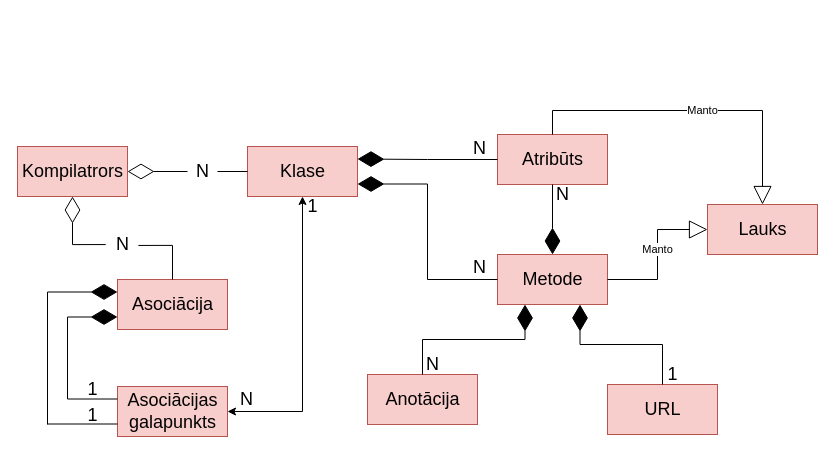
The draw.io diagram page "Datu struktūras konceptuālais" (1 of 5) of src/Qualification project/Documentation/Diagrammas/Kompilators/Kompilators.drawio in artiks12/webAppOS, before the edit. Source tidied: cells renumbered, new cells numbered last; positions are measured from the earlier drawing's top-left corner, leaving out a move shared by most shapes. Both pictures are drawn from the tidied source at 100%, with x=0, y=0 at pixel (-3, 110).
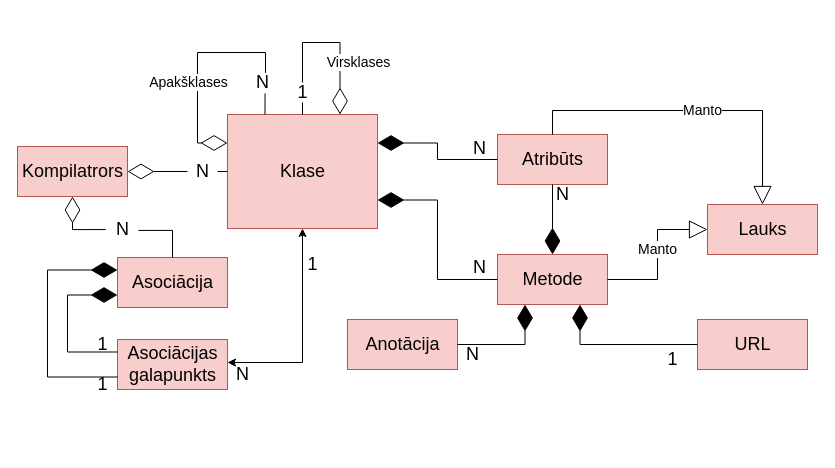
Above is the later version.

The change refers to these unchanged cells:
```xml
<mxCell id="2" value="&lt;font style=&quot;font-size: 18px&quot;&gt;Kompilatrors&lt;/font&gt;" style="html=1;fillColor=#f8cecc;strokeColor=#b85450;" parent="1" vertex="1">
  <mxGeometry x="20" y="36" width="110" height="50" as="geometry" />
</mxCell>
<mxCell id="9" value="&lt;font style=&quot;font-size: 18px&quot;&gt;Metode&lt;br&gt;&lt;/font&gt;" style="html=1;fillColor=#f8cecc;strokeColor=#b85450;" parent="1" vertex="1">
  <mxGeometry x="500" y="144" width="110" height="50" as="geometry" />
</mxCell>
<mxCell id="10" value="&lt;font style=&quot;font-size: 18px&quot;&gt;Atribūts&lt;/font&gt;" style="html=1;fillColor=#f8cecc;strokeColor=#b85450;" parent="1" vertex="1">
  <mxGeometry x="500" y="24" width="110" height="50" as="geometry" />
</mxCell>
<mxCell id="11" value="&lt;font style=&quot;font-size: 18px&quot;&gt;Lauks&lt;/font&gt;" style="html=1;fillColor=#f8cecc;strokeColor=#b85450;" parent="1" vertex="1">
  <mxGeometry x="710" y="94" width="110" height="50" as="geometry" />
</mxCell>
```

What changed in the source:
```diff
@@
     <mxCell id="3" value="&lt;font style=&quot;font-size: 18px&quot;&gt;Asociācija&lt;/font&gt;" style="html=1;fillColor=#f8cecc;strokeColor=#b85450;" parent="1" vertex="1">
-      <mxGeometry x="120" y="169" width="110" height="50" as="geometry" />
+      <mxGeometry x="120" y="147" width="110" height="50" as="geometry" />
     </mxCell>
     <mxCell id="4" style="edgeStyle=orthogonalEdgeStyle;rounded=0;jettySize=auto;html=1;entryX=0.5;entryY=1;entryDx=0;entryDy=0;startArrow=classic;startFill=1;endArrow=classic;endFill=1;" parent="1" edge="1" source="5" target="6">
-      <mxGeometry relative="1" as="geometry" />
+      <mxGeometry relative="1" as="geometry">
+        <Array as="points">
+          <mxPoint x="175" y="252" />
+          <mxPoint x="305" y="252" />
+        </Array>
+      </mxGeometry>
     </mxCell>
     <mxCell id="5" value="&lt;font style=&quot;font-size: 18px&quot;&gt;Asociācijas &lt;br&gt;galapunkts&lt;/font&gt;" style="html=1;fillColor=#f8cecc;strokeColor=#b85450;" parent="1" vertex="1">
-      <mxGeometry x="120" y="276" width="110" height="50" as="geometry" />
+      <mxGeometry x="120" y="229" width="110" height="50" as="geometry" />
     </mxCell>
     <mxCell id="6" value="&lt;font style=&quot;font-size: 18px&quot;&gt;Klase&lt;/font&gt;" style="html=1;fillColor=#f8cecc;strokeColor=#b85450;" parent="1" vertex="1">
-      <mxGeometry x="250" y="36" width="110" height="50" as="geometry" />
+      <mxGeometry x="230" y="4" width="150" height="114" as="geometry" />
     </mxCell>
     <mxCell id="7" value="&lt;font style=&quot;font-size: 18px&quot;&gt;Anotācija&lt;/font&gt;" style="html=1;fillColor=#f8cecc;strokeColor=#b85450;" parent="1" vertex="1">
-      <mxGeometry x="370" y="264" width="110" height="50" as="geometry" />
+      <mxGeometry x="350" y="209" width="110" height="50" as="geometry" />
     </mxCell>
     <mxCell id="8" value="&lt;font style=&quot;font-size: 18px&quot;&gt;URL&lt;/font&gt;" style="html=1;fillColor=#f8cecc;strokeColor=#b85450;" parent="1" vertex="1">
-      <mxGeometry x="610" y="274" width="110" height="50" as="geometry" />
+      <mxGeometry x="700" y="209" width="110" height="50" as="geometry" />
     </mxCell>
@@
     <mxCell id="13" style="endArrow=diamondThin;endFill=0;endSize=24;html=1;rounded=0;edgeStyle=orthogonalEdgeStyle;entryX=0.5;entryY=1;entryDx=0;entryDy=0;exitX=-0.059;exitY=0.503;exitDx=0;exitDy=0;startArrow=none;exitPerimeter=0;" parent="1" edge="1" source="25" target="2">
       <mxGeometry relative="1" as="geometry">
         <Array as="points">
-          <mxPoint x="75" y="134" />
+          <mxPoint x="75" y="119" />
         </Array>
       </mxGeometry>
     </mxCell>
-    <mxCell id="14" value="Manto" style="endArrow=block;endSize=16;endFill=0;html=1;rounded=0;edgeStyle=orthogonalEdgeStyle;entryX=0.5;entryY=0;entryDx=0;entryDy=0;exitX=0.5;exitY=0;exitDx=0;exitDy=0;" parent="1" edge="1" source="10" target="11">
+    <mxCell id="14" value="&lt;font style=&quot;font-size: 14px&quot;&gt;Manto&lt;/font&gt;" style="endArrow=block;endSize=16;endFill=0;html=1;rounded=0;edgeStyle=orthogonalEdgeStyle;entryX=0.5;entryY=0;entryDx=0;entryDy=0;exitX=0.5;exitY=0;exitDx=0;exitDy=0;" parent="1" edge="1" source="10" target="11">
       <mxGeometry x="0.06" relative="1" as="geometry">
         <Array as="points">
           <mxPoint x="555" />
           <mxPoint x="765" />
         </Array>
       </mxGeometry>
     </mxCell>
-    <mxCell id="15" value="Manto" style="endArrow=block;endSize=16;endFill=0;html=1;rounded=0;edgeStyle=orthogonalEdgeStyle;entryX=0;entryY=0.5;entryDx=0;entryDy=0;exitX=1;exitY=0.5;exitDx=0;exitDy=0;" parent="1" edge="1" source="9" target="11">
+    <mxCell id="15" value="&lt;font style=&quot;font-size: 14px&quot;&gt;Manto&lt;/font&gt;" style="endArrow=block;endSize=16;endFill=0;html=1;rounded=0;edgeStyle=orthogonalEdgeStyle;entryX=0;entryY=0.5;entryDx=0;entryDy=0;exitX=1;exitY=0.5;exitDx=0;exitDy=0;" parent="1" edge="1" source="9" target="11">
       <mxGeometry x="0.06" relative="1" as="geometry">
         <Array as="points">
           <mxPoint x="660" y="169" />
           <mxPoint x="660" y="119" />
         </Array>
       </mxGeometry>
     </mxCell>
@@
-    <mxCell id="18" style="endArrow=diamondThin;endFill=1;endSize=24;html=1;rounded=0;edgeStyle=orthogonalEdgeStyle;entryX=0.25;entryY=1;entryDx=0;entryDy=0;exitX=0.5;exitY=0;exitDx=0;exitDy=0;" parent="1" edge="1" source="7" target="9">
+    <mxCell id="18" style="endArrow=diamondThin;endFill=1;endSize=24;html=1;rounded=0;edgeStyle=orthogonalEdgeStyle;entryX=0.25;entryY=1;entryDx=0;entryDy=0;exitX=1;exitY=0.5;exitDx=0;exitDy=0;" parent="1" edge="1" source="7" target="9">
       <mxGeometry relative="1" as="geometry" />
     </mxCell>
-    <mxCell id="19" style="endArrow=diamondThin;endFill=1;endSize=24;html=1;rounded=0;edgeStyle=orthogonalEdgeStyle;entryX=0.75;entryY=1;entryDx=0;entryDy=0;exitX=0.5;exitY=0;exitDx=0;exitDy=0;" parent="1" edge="1" source="8" target="9">
+    <mxCell id="19" style="endArrow=diamondThin;endFill=1;endSize=24;html=1;rounded=0;edgeStyle=orthogonalEdgeStyle;entryX=0.75;entryY=1;entryDx=0;entryDy=0;exitX=0;exitY=0.5;exitDx=0;exitDy=0;" parent="1" edge="1" source="8" target="9">
       <mxGeometry relative="1" as="geometry" />
     </mxCell>
@@
-    <mxCell id="21" style="endArrow=diamondThin;endFill=1;endSize=24;html=1;rounded=0;edgeStyle=orthogonalEdgeStyle;entryX=0;entryY=0.25;entryDx=0;entryDy=0;exitX=0;exitY=0.75;exitDx=0;exitDy=0;startArrow=none;" parent="1" edge="1" target="3">
+    <mxCell id="21" style="endArrow=diamondThin;endFill=1;endSize=24;html=1;rounded=0;edgeStyle=orthogonalEdgeStyle;entryX=0;entryY=0.25;entryDx=0;entryDy=0;startArrow=none;exitX=0;exitY=0.75;exitDx=0;exitDy=0;" parent="1" edge="1" source="5" target="3">
       <mxGeometry relative="1" as="geometry">
-        <mxPoint x="50" y="314" as="sourcePoint" />
         <Array as="points">
-          <mxPoint x="120" y="182" />
+          <mxPoint x="50" y="267" />
+          <mxPoint x="50" y="160" />
         </Array>
       </mxGeometry>
     </mxCell>
     <mxCell id="22" style="endArrow=diamondThin;endFill=1;endSize=24;html=1;rounded=0;edgeStyle=orthogonalEdgeStyle;entryX=0;entryY=0.75;entryDx=0;entryDy=0;exitX=0;exitY=0.25;exitDx=0;exitDy=0;" parent="1" edge="1" source="5" target="3">
       <mxGeometry relative="1" as="geometry">
         <Array as="points">
-          <mxPoint x="70" y="289" />
-          <mxPoint x="70" y="207" />
-          <mxPoint x="120" y="207" />
+          <mxPoint x="70" y="242" />
+          <mxPoint x="70" y="185" />
         </Array>
       </mxGeometry>
     </mxCell>
@@
     <mxCell id="25" value="&lt;font style=&quot;font-size: 18px&quot;&gt;N&lt;/font&gt;" style="text;html=1;align=center;verticalAlign=middle;points=[];strokeColor=none;fillColor=none;fontSize=12;" parent="1" vertex="1">
-      <mxGeometry x="110" y="124" width="30" height="20" as="geometry" />
+      <mxGeometry x="110" y="109" width="30" height="20" as="geometry" />
     </mxCell>
@@
     <mxCell id="27" value="&lt;font style=&quot;font-size: 18px&quot;&gt;1&lt;/font&gt;" style="text;html=1;align=center;verticalAlign=middle;strokeColor=none;fillColor=none;fontSize=12;" parent="1" vertex="1">
-      <mxGeometry x="80" y="269" width="30" height="20" as="geometry" />
+      <mxGeometry x="90" y="224" width="30" height="20" as="geometry" />
     </mxCell>
-    <mxCell id="28" style="endArrow=none;endFill=1;endSize=24;html=1;rounded=0;edgeStyle=orthogonalEdgeStyle;entryX=0;entryY=0.25;entryDx=0;entryDy=0;exitX=0;exitY=0.75;exitDx=0;exitDy=0;" parent="1" edge="1" source="5">
-      <mxGeometry relative="1" as="geometry">
-        <mxPoint x="50" y="304" as="targetPoint" />
-        <Array as="points">
-          <mxPoint x="50" y="314" />
-          <mxPoint y="314" />
-        </Array>
-      </mxGeometry>
-    </mxCell>
     <mxCell id="29" value="&lt;font style=&quot;font-size: 18px&quot;&gt;1&lt;/font&gt;" style="text;html=1;align=center;verticalAlign=middle;strokeColor=none;fillColor=none;fontSize=12;" parent="1" vertex="1">
-      <mxGeometry x="80" y="295" width="30" height="20" as="geometry" />
+      <mxGeometry x="90" y="264" width="30" height="20" as="geometry" />
     </mxCell>
     <mxCell id="30" value="&lt;font style=&quot;font-size: 18px&quot;&gt;1&lt;/font&gt;" style="text;html=1;align=center;verticalAlign=middle;strokeColor=none;fillColor=none;fontSize=12;" parent="1" vertex="1">
-      <mxGeometry x="300" y="86" width="30" height="20" as="geometry" />
+      <mxGeometry x="300" y="144" width="30" height="20" as="geometry" />
     </mxCell>
     <mxCell id="31" value="&lt;font style=&quot;font-size: 18px&quot;&gt;N&lt;/font&gt;" style="text;html=1;align=center;verticalAlign=middle;strokeColor=none;fillColor=none;fontSize=12;" parent="1" vertex="1">
-      <mxGeometry x="234" y="279" width="30" height="20" as="geometry" />
+      <mxGeometry x="230" y="254" width="30" height="20" as="geometry" />
     </mxCell>
     <mxCell id="32" value="&lt;font style=&quot;font-size: 18px&quot;&gt;N&lt;/font&gt;" style="text;html=1;align=center;verticalAlign=middle;strokeColor=none;fillColor=none;fontSize=12;" parent="1" vertex="1">
-      <mxGeometry x="420" y="244" width="30" height="20" as="geometry" />
+      <mxGeometry x="460" y="234" width="30" height="20" as="geometry" />
     </mxCell>
     <mxCell id="33" value="&lt;font style=&quot;font-size: 18px&quot;&gt;1&lt;/font&gt;" style="text;html=1;align=center;verticalAlign=middle;strokeColor=none;fillColor=none;fontSize=12;" parent="1" vertex="1">
-      <mxGeometry x="660" y="254" width="30" height="20" as="geometry" />
+      <mxGeometry x="660" y="239" width="30" height="20" as="geometry" />
     </mxCell>
@@
+    <mxCell id="37" style="endArrow=diamondThin;endFill=0;endSize=24;html=1;rounded=0;edgeStyle=orthogonalEdgeStyle;entryX=0;entryY=0.25;entryDx=0;entryDy=0;startArrow=none;exitX=0.6;exitY=0.02;exitDx=0;exitDy=0;exitPerimeter=0;" parent="1" edge="1" source="41" target="6">
+      <mxGeometry relative="1" as="geometry">
+        <Array as="points">
+          <mxPoint x="268" y="-58" />
+          <mxPoint x="200" y="-58" />
+          <mxPoint x="200" y="33" />
+        </Array>
+      </mxGeometry>
+    </mxCell>
+    <mxCell id="38" value="Apakšklases" style="edgeLabel;html=1;align=center;verticalAlign=middle;fontSize=14;" parent="37" vertex="1">
+      <mxGeometry y="-1" relative="1" as="geometry">
+        <mxPoint x="-9" y="14" as="offset" />
+      </mxGeometry>
+    </mxCell>
+    <mxCell id="39" style="endArrow=diamondThin;endFill=0;endSize=24;html=1;rounded=0;edgeStyle=orthogonalEdgeStyle;entryX=0.75;entryY=0;entryDx=0;entryDy=0;startArrow=none;exitX=0.5;exitY=0;exitDx=0;exitDy=0;" parent="1" edge="1" source="43" target="6">
+      <mxGeometry relative="1" as="geometry">
+        <Array as="points">
+          <mxPoint x="305" y="-68" />
+          <mxPoint x="343" y="-68" />
+        </Array>
+      </mxGeometry>
+    </mxCell>
+    <mxCell id="40" value="&lt;font style=&quot;font-size: 14px;&quot;&gt;Virsklases&lt;/font&gt;" style="edgeLabel;html=1;align=center;verticalAlign=middle;fontSize=14;" parent="39" vertex="1">
+      <mxGeometry x="0.21" y="1" relative="1" as="geometry">
+        <mxPoint x="17" y="7" as="offset" />
+      </mxGeometry>
+    </mxCell>
+    <mxCell id="41" value="&lt;font style=&quot;font-size: 18px&quot;&gt;N&lt;/font&gt;" style="text;html=1;align=center;verticalAlign=middle;points=[];strokeColor=none;fillColor=none;fontSize=12;" parent="1" vertex="1">
+      <mxGeometry x="250" y="-38" width="30" height="20" as="geometry" />
+    </mxCell>
+    <mxCell id="42" style="endArrow=none;endFill=0;endSize=24;html=1;rounded=0;edgeStyle=orthogonalEdgeStyle;entryX=0.586;entryY=1.048;entryDx=0;entryDy=0;startArrow=none;exitX=0.25;exitY=0;exitDx=0;exitDy=0;entryPerimeter=0;" parent="1" edge="1" source="6" target="41">
+      <mxGeometry relative="1" as="geometry" />
+    </mxCell>
+    <mxCell id="43" value="&lt;font style=&quot;font-size: 18px&quot;&gt;1&lt;/font&gt;" style="text;html=1;align=center;verticalAlign=middle;points=[];strokeColor=none;fillColor=none;fontSize=12;" parent="1" vertex="1">
+      <mxGeometry x="290" y="-28" width="30" height="20" as="geometry" />
+    </mxCell>
+    <mxCell id="44" style="endArrow=none;endFill=0;endSize=24;html=1;rounded=0;edgeStyle=orthogonalEdgeStyle;startArrow=none;exitX=0.5;exitY=0;exitDx=0;exitDy=0;" parent="1" edge="1" source="6">
+      <mxGeometry relative="1" as="geometry">
+        <mxPoint x="305" y="-8" as="targetPoint" />
+        <Array as="points">
+          <mxPoint x="305" y="-8" />
+        </Array>
+      </mxGeometry>
+    </mxCell>
```
